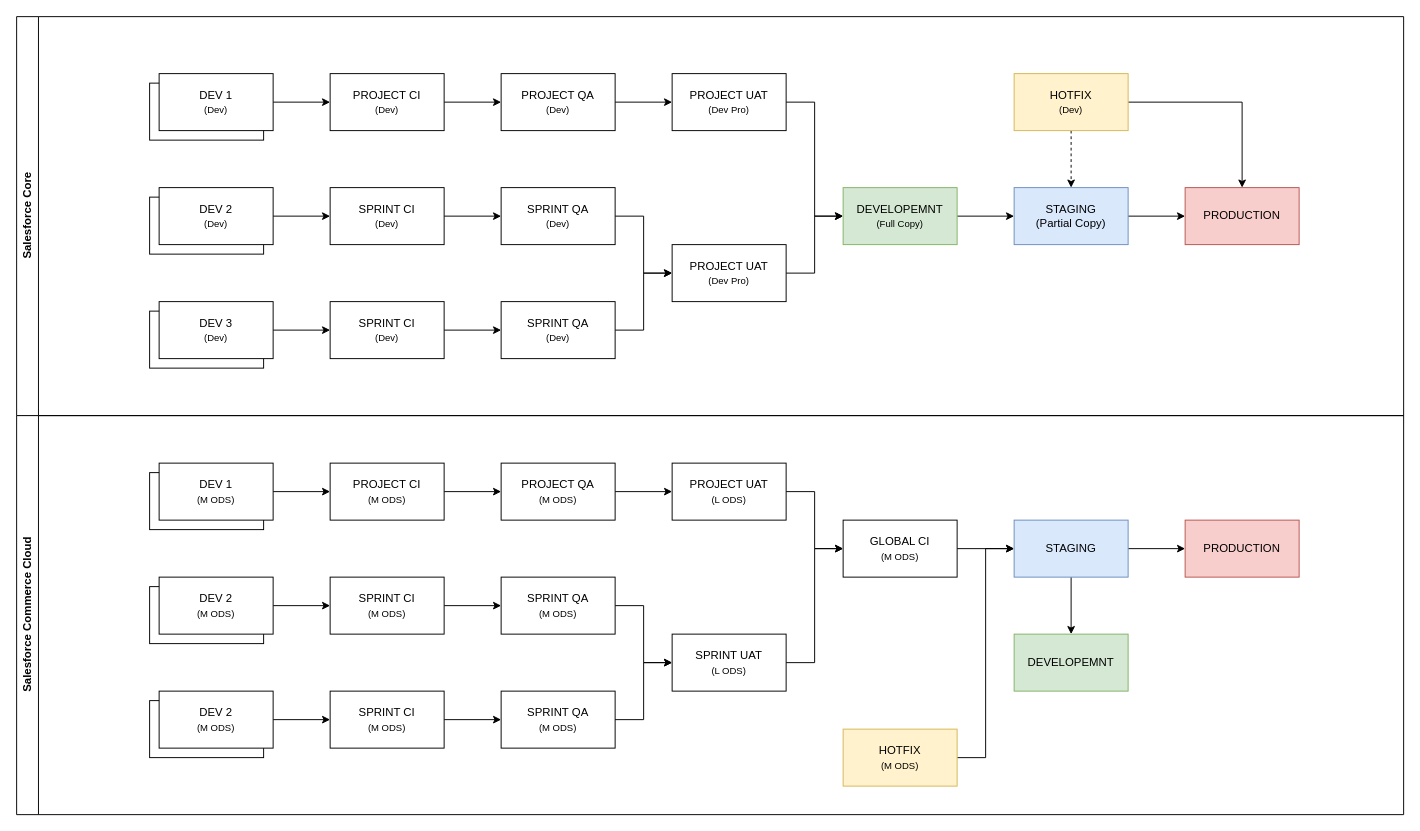
This is hal-ci-cd.drawio from pettll/diagrams, a draw.io file, before an edit. Source tidied: cells renumbered, new cells numbered last; positions are measured from the earlier drawing's top-left corner, leaving out a move shared by most shapes. Both pictures are drawn from the tidied source at 95%, with x=0, y=0 at pixel (16, 16).
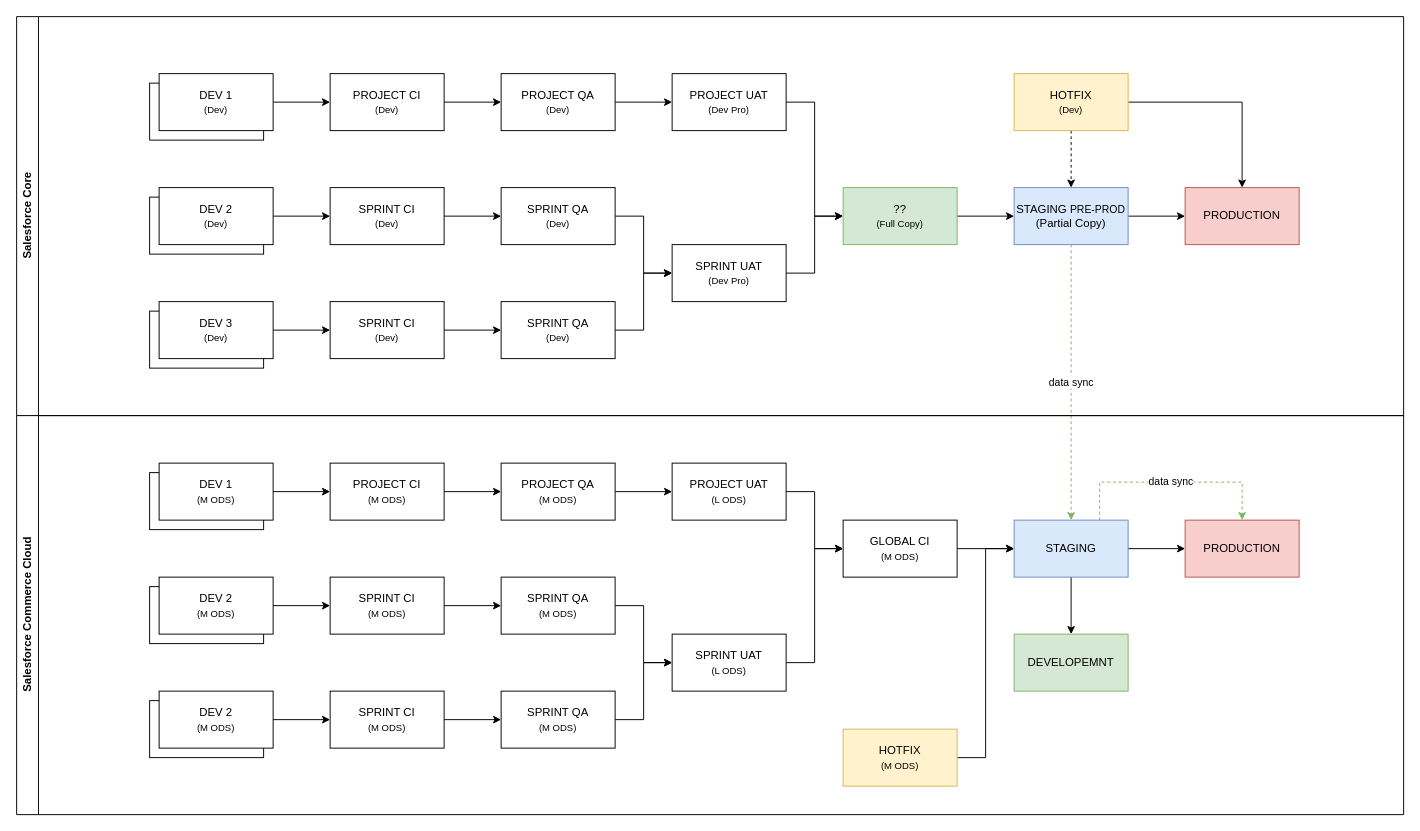
The same page after the edit.

Unchanged cells that the change refers to:
```xml
<mxCell id="16" value="STAGING" style="rounded=0;whiteSpace=wrap;html=1;fillColor=#dae8fc;strokeColor=#6c8ebf;" parent="1" vertex="1">
  <mxGeometry x="1050" y="530" width="120" height="60" as="geometry" />
</mxCell>
<mxCell id="18" value="PRODUCTION" style="rounded=0;whiteSpace=wrap;html=1;fillColor=#f8cecc;strokeColor=#b85450;" parent="1" vertex="1">
  <mxGeometry x="1230" y="530" width="120" height="60" as="geometry" />
</mxCell>
<mxCell id="44" value="Salesforce Core" style="swimlane;horizontal=0;whiteSpace=wrap;html=1;" parent="1" vertex="1">
  <mxGeometry width="1460" height="420" as="geometry" />
</mxCell>
```

Diff of the diagram source:
```diff
@@
+    <mxCell id="71" value="data sync" style="edgeStyle=orthogonalEdgeStyle;rounded=0;jettySize=auto;html=1;dashed=1;fillColor=#d5e8d4;strokeColor=#82b366;" parent="1" edge="1" source="13" target="16">
+      <mxGeometry relative="1" as="geometry" />
+    </mxCell>
-    <mxCell id="13" value="STAGING&lt;div&gt;(Partial Copy)&lt;/div&gt;" style="rounded=0;whiteSpace=wrap;html=1;fillColor=#dae8fc;strokeColor=#6c8ebf;" parent="1" vertex="1">
+    <mxCell id="13" value="STAGING &lt;font style=&quot;font-size: 11px;&quot;&gt;PRE-PROD&lt;/font&gt;&lt;div&gt;(Partial Copy)&lt;/div&gt;" style="rounded=0;whiteSpace=wrap;html=1;fillColor=#dae8fc;strokeColor=#6c8ebf;" parent="1" vertex="1">
       <mxGeometry x="1050" y="180" width="120" height="60" as="geometry" />
     </mxCell>
@@
+    <mxCell id="72" value="data sync" style="edgeStyle=orthogonalEdgeStyle;rounded=0;jettySize=auto;html=1;entryX=0.5;entryY=0;entryDx=0;entryDy=0;exitX=0.75;exitY=0;exitDx=0;exitDy=0;dashed=1;fillColor=#d5e8d4;strokeColor=#82b366;" parent="1" edge="1" source="16" target="18">
+      <mxGeometry relative="1" as="geometry">
+        <Array as="points">
+          <mxPoint x="1140" y="490" />
+          <mxPoint x="1290" y="490" />
+        </Array>
+      </mxGeometry>
+    </mxCell>
@@
-    <mxCell id="24" value="DEVELOPEMNT&lt;div&gt;&lt;font style=&quot;font-size: 10px;&quot;&gt;(Full Copy)&lt;/font&gt;&lt;/div&gt;" style="rounded=0;whiteSpace=wrap;html=1;fillColor=#d5e8d4;strokeColor=#82b366;" parent="1" vertex="1">
+    <mxCell id="24" value="??&lt;div&gt;&lt;font style=&quot;font-size: 10px;&quot;&gt;(Full Copy)&lt;/font&gt;&lt;/div&gt;" style="rounded=0;whiteSpace=wrap;html=1;fillColor=#d5e8d4;strokeColor=#82b366;" parent="1" vertex="1">
       <mxGeometry x="870" y="180" width="120" height="60" as="geometry" />
     </mxCell>
@@
-    <mxCell id="52" value="PROJECT UAT&lt;div&gt;&lt;font style=&quot;font-size: 10px;&quot;&gt;(Dev Pro)&lt;/font&gt;&lt;/div&gt;" style="rounded=0;whiteSpace=wrap;html=1;" parent="44" vertex="1">
+    <mxCell id="52" value="SPRINT UAT&lt;div&gt;&lt;font style=&quot;font-size: 10px;&quot;&gt;(Dev Pro)&lt;/font&gt;&lt;/div&gt;" style="rounded=0;whiteSpace=wrap;html=1;" parent="44" vertex="1">
       <mxGeometry x="690" y="240" width="120" height="60" as="geometry" />
     </mxCell>
```
